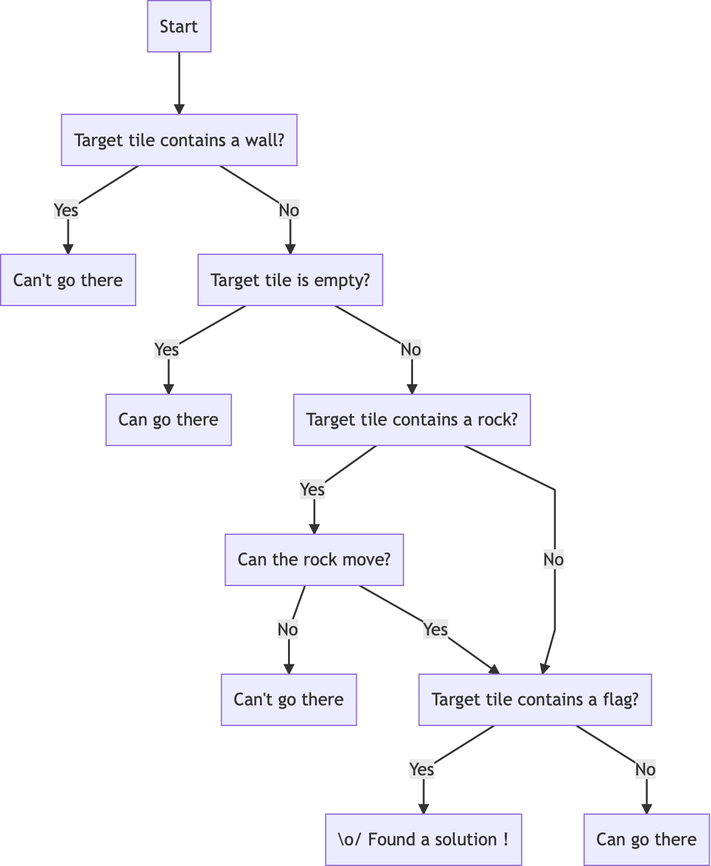
Earlier version of the Mermaid export brouillons/baba-is-you-5/graph1.png (archiloque/blog). Its source is kept beside it as brouillons/baba-is-you-5/graph1.mmd.
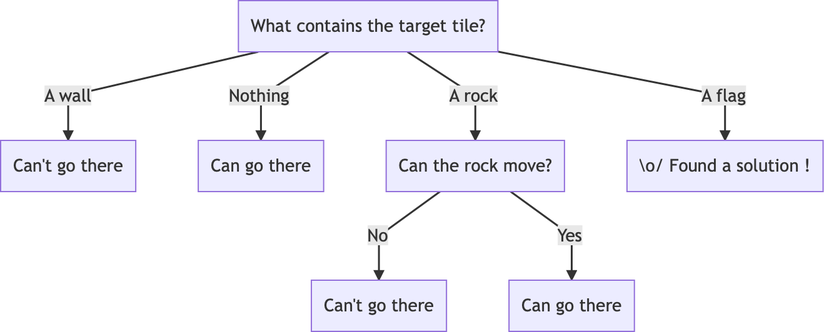
After the commit.

What changed in the source:
```diff
@@ -1,34 +1,16 @@
 graph TD
 
-Start[Start]
+Start[What contains the target tile?]
+NoWall[Can't go there]
+Nothing[Can go there]
+Rock[Can the rock move?]
+NoRock[Can't go there]
+YesRock[Can go there]
+Flag[\o/ Found a solution !]
 
-Wall[Target tile contains a wall?]
-YesWall[Can't go there]
-
-Empty[Target tile is empty?]
-YesEmpty[Can go there]
-
-Rock[Target tile contains a rock?]
-
-MoveRock[Can the rock move?]
-NoMoveRock[Can't go there]
-
-Flag[Target tile contains a flag?]
-YesFlag[\o/ Found a solution !]
-NoFlag[Can go there]
-
-Start --> Wall
-Wall --> |Yes|YesWall
-Wall --> |No|Empty
-
-Empty --> |Yes|YesEmpty
-Empty --> |No|Rock
-
-Rock --> |Yes|MoveRock
-Rock --> |No|Flag
-
-MoveRock --> |Yes|Flag
-MoveRock --> |No|NoMoveRock
-
-Flag --> |Yes|YesFlag
-Flag --> |No|NoFlag
+Start -->|A wall|NoWall
+Start -->|Nothing|Nothing
+Start -->|A rock|Rock
+Rock -->|No| NoRock
+Rock -->|Yes|YesRock
+Start -->|A flag|Flag
```
